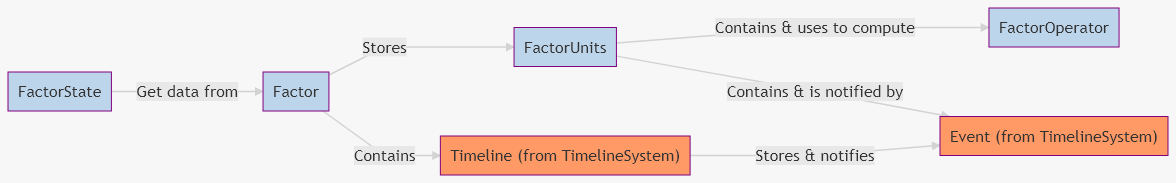
Above: Docs/mermaid/basic-class.png in NansPellicari/UE4-FactorsFactory (Mermaid), before the change. Its source is kept beside it as Docs/mermaid/basic-class.mmd.
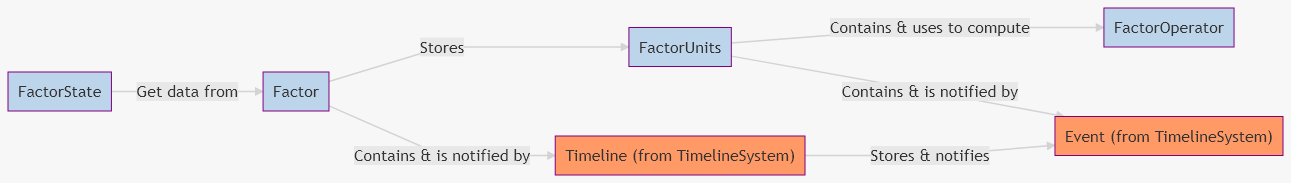
After the commit.

Change to the diagram source:
```diff
@@ -1,6 +1,6 @@
 graph LR
 FS[FactorState] -- Get data from --> F[Factor] -- Stores --> FU[FactorUnits] -- Contains & uses to compute --> FO[FactorOperator]
-F -- Contains -->  T["Timeline (from TimelineSystem)"]:::S
+F -- Contains & is notified by -->  T["Timeline (from TimelineSystem)"]:::S
 FU -- Contains & is notified by --> E["Event (from TimelineSystem)"]:::S
 T -- Stores & notifies --> E
 
```
